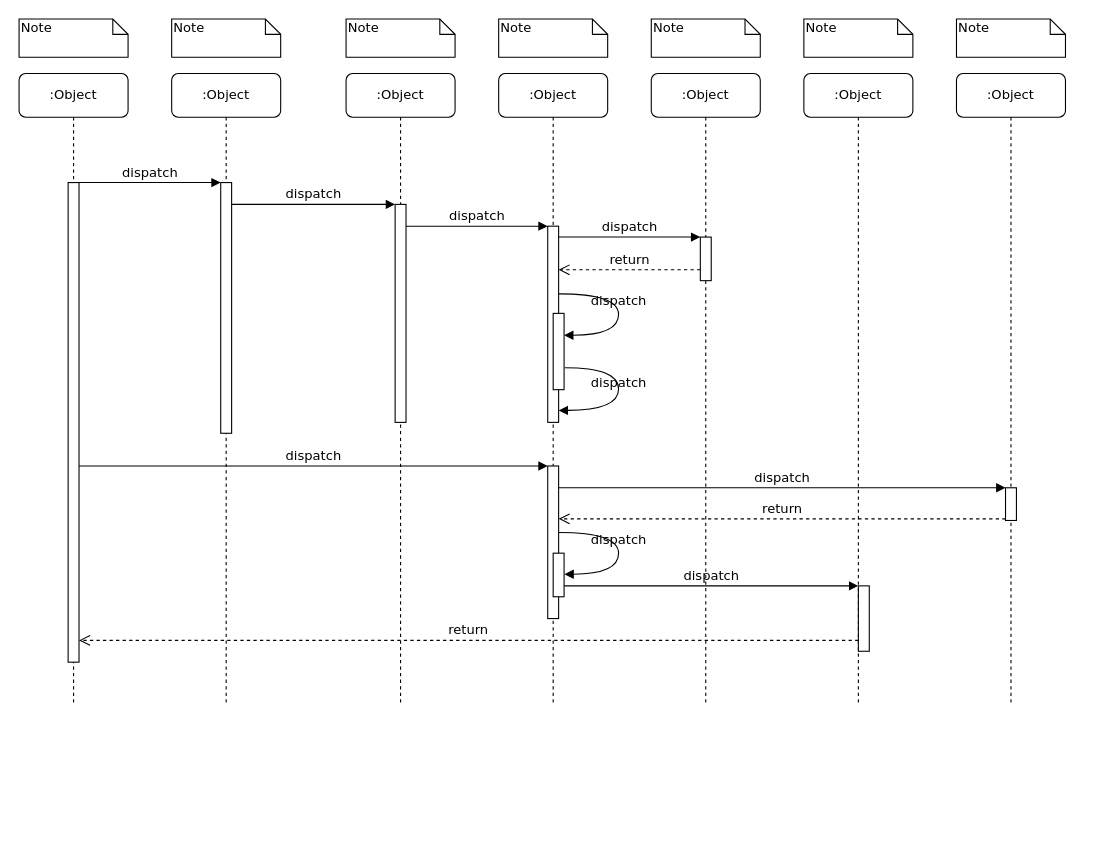
Above: page "列表页流程" (1 of 3) of 通用查询.drawio in modelsim71/chart (draw.io), before the change. Source tidied: cells renumbered, new cells numbered last; positions are measured from the earlier drawing's top-left corner, leaving out a move shared by most shapes. Both pictures are drawn from the tidied source at 109%, with x=0, y=0 at pixel (19, 19).
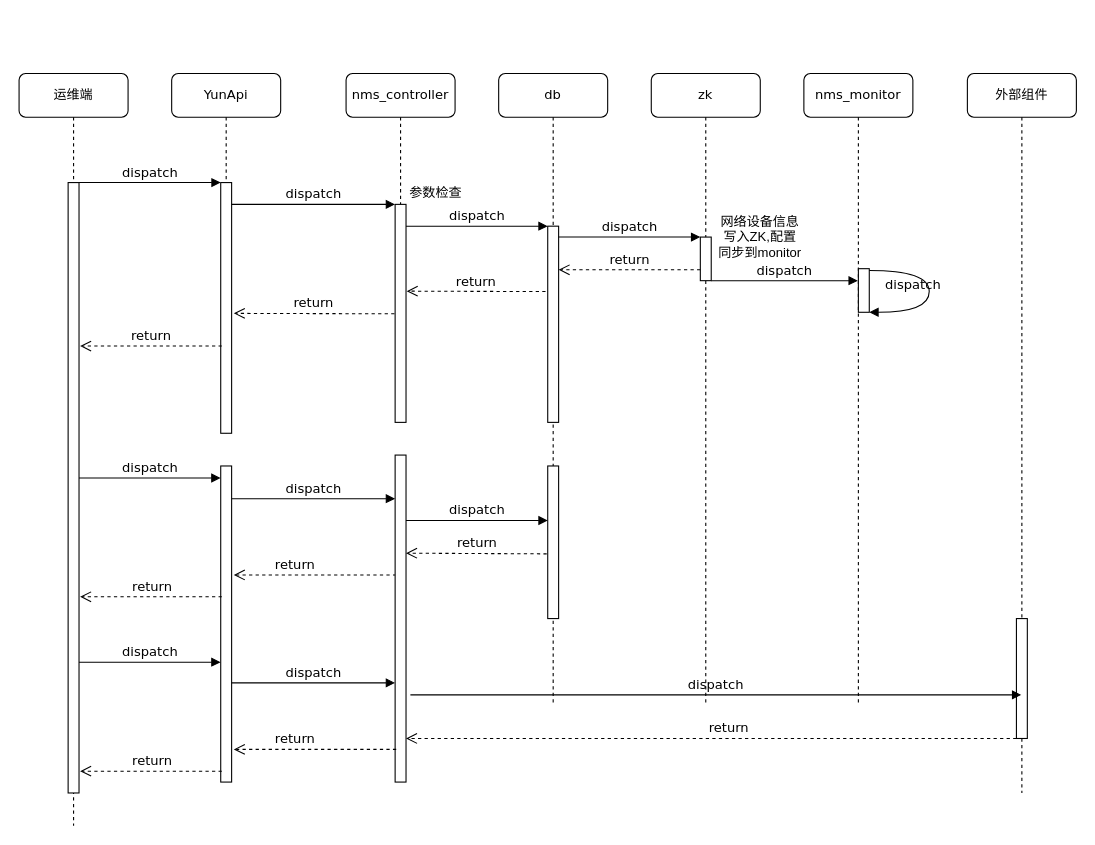
The same diagram, later.

The change refers to these unchanged cells:
```xml
<mxCell id="5" style="html=1;points=[];perimeter=orthogonalPerimeter;rounded=0;shadow=0;comic=0;labelBackgroundColor=none;strokeWidth=1;fontFamily=Verdana;fontSize=12;align=center;" parent="4" vertex="1">
  <mxGeometry x="45" y="120" width="10" height="200" as="geometry" />
</mxCell>
<mxCell id="12" style="html=1;points=[];perimeter=orthogonalPerimeter;rounded=0;shadow=0;comic=0;labelBackgroundColor=none;strokeWidth=1;fontFamily=Verdana;fontSize=12;align=center;" parent="1" vertex="1">
  <mxGeometry x="485" y="190" width="10" height="180" as="geometry" />
</mxCell>
<mxCell id="17" style="html=1;points=[];perimeter=orthogonalPerimeter;rounded=0;shadow=0;comic=0;labelBackgroundColor=none;strokeWidth=1;fontFamily=Verdana;fontSize=12;align=center;" parent="1" vertex="1">
  <mxGeometry x="485" y="410" width="10" height="140" as="geometry" />
</mxCell>
```

The edit, as a diff of the source:
```diff
@@
-    <mxCell id="2" value=":Object" style="shape=umlLifeline;perimeter=lifelinePerimeter;whiteSpace=wrap;html=1;rounded=1;shadow=0;comic=0;labelBackgroundColor=none;strokeWidth=1;fontFamily=Verdana;fontSize=12;align=center;" parent="1" vertex="1">
-      <mxGeometry x="140" y="50" width="100" height="580" as="geometry" />
+    <mxCell id="2" value="YunApi" style="shape=umlLifeline;perimeter=lifelinePerimeter;whiteSpace=wrap;html=1;rounded=1;shadow=0;comic=0;labelBackgroundColor=none;strokeWidth=1;fontFamily=Verdana;fontSize=12;align=center;" parent="1" vertex="1">
+      <mxGeometry x="140" y="50" width="100" height="330" as="geometry" />
     </mxCell>
@@
-    <mxCell id="4" value=":Object" style="shape=umlLifeline;perimeter=lifelinePerimeter;whiteSpace=wrap;html=1;rounded=1;shadow=0;comic=0;labelBackgroundColor=none;strokeWidth=1;fontFamily=Verdana;fontSize=12;align=center;" parent="1" vertex="1">
-      <mxGeometry x="300" y="50" width="100" height="580" as="geometry" />
+    <mxCell id="4" value="nms_controller" style="shape=umlLifeline;perimeter=lifelinePerimeter;whiteSpace=wrap;html=1;rounded=1;shadow=0;comic=0;labelBackgroundColor=none;strokeWidth=1;fontFamily=Verdana;fontSize=12;align=center;" parent="1" vertex="1">
+      <mxGeometry x="300" y="50" width="100" height="320" as="geometry" />
     </mxCell>
@@
-    <mxCell id="6" value=":Object" style="shape=umlLifeline;perimeter=lifelinePerimeter;whiteSpace=wrap;html=1;rounded=1;shadow=0;comic=0;labelBackgroundColor=none;strokeWidth=1;fontFamily=Verdana;fontSize=12;align=center;" parent="1" vertex="1">
+    <mxCell id="6" value="db" style="shape=umlLifeline;perimeter=lifelinePerimeter;whiteSpace=wrap;html=1;rounded=1;shadow=0;comic=0;labelBackgroundColor=none;strokeWidth=1;fontFamily=Verdana;fontSize=12;align=center;" parent="1" vertex="1">
       <mxGeometry x="440" y="50" width="100" height="580" as="geometry" />
     </mxCell>
-    <mxCell id="7" value=":Object" style="shape=umlLifeline;perimeter=lifelinePerimeter;whiteSpace=wrap;html=1;rounded=1;shadow=0;comic=0;labelBackgroundColor=none;strokeWidth=1;fontFamily=Verdana;fontSize=12;align=center;" parent="1" vertex="1">
+    <mxCell id="7" value="zk" style="shape=umlLifeline;perimeter=lifelinePerimeter;whiteSpace=wrap;html=1;rounded=1;shadow=0;comic=0;labelBackgroundColor=none;strokeWidth=1;fontFamily=Verdana;fontSize=12;align=center;" parent="1" vertex="1">
       <mxGeometry x="580" y="50" width="100" height="580" as="geometry" />
     </mxCell>
-    <mxCell id="8" value=":Object" style="shape=umlLifeline;perimeter=lifelinePerimeter;whiteSpace=wrap;html=1;outlineConnect=0;rounded=1;shadow=0;comic=0;labelBackgroundColor=none;strokeWidth=1;fontFamily=Verdana;fontSize=12;align=center;" parent="1" vertex="1">
+    <mxCell id="8" value="nms_monitor" style="shape=umlLifeline;perimeter=lifelinePerimeter;whiteSpace=wrap;html=1;outlineConnect=0;rounded=1;shadow=0;comic=0;labelBackgroundColor=none;strokeWidth=1;fontFamily=Verdana;fontSize=12;align=center;" parent="1" vertex="1">
       <mxGeometry x="720" y="50" width="100" height="580" as="geometry" />
     </mxCell>
-    <mxCell id="9" value=":Object" style="shape=umlLifeline;perimeter=lifelinePerimeter;whiteSpace=wrap;html=1;rounded=1;shadow=0;comic=0;labelBackgroundColor=none;strokeWidth=1;fontFamily=Verdana;fontSize=12;align=center;" parent="1" vertex="1">
-      <mxGeometry x="860" y="50" width="100" height="580" as="geometry" />
-    </mxCell>
+    <mxCell id="39" style="html=1;points=[];perimeter=orthogonalPerimeter;rounded=0;shadow=0;comic=0;labelBackgroundColor=none;strokeWidth=1;fontFamily=Verdana;fontSize=12;align=center;" parent="8" vertex="1">
+      <mxGeometry x="50" y="179" width="10" height="40" as="geometry" />
+    </mxCell>
+    <mxCell id="40" value="dispatch" style="html=1;verticalAlign=bottom;endArrow=block;labelBackgroundColor=none;fontFamily=Verdana;fontSize=12;elbow=vertical;edgeStyle=orthogonalEdgeStyle;curved=1;exitX=1.038;exitY=0.345;exitPerimeter=0;" parent="8" edge="1" target="39">
+      <mxGeometry x="0.04" y="-15" relative="1" as="geometry">
+        <mxPoint x="60" y="180.7" as="sourcePoint" />
+        <Array as="points">
+          <mxPoint x="115" y="181" />
+          <mxPoint x="115" y="219" />
+        </Array>
+      </mxGeometry>
+    </mxCell>
-    <mxCell id="10" value=":Object" style="shape=umlLifeline;perimeter=lifelinePerimeter;whiteSpace=wrap;html=1;rounded=1;shadow=0;comic=0;labelBackgroundColor=none;strokeWidth=1;fontFamily=Verdana;fontSize=12;align=center;" parent="1" vertex="1">
-      <mxGeometry y="50" width="100" height="580" as="geometry" />
+    <mxCell id="10" value="运维端" style="shape=umlLifeline;perimeter=lifelinePerimeter;whiteSpace=wrap;html=1;rounded=1;shadow=0;comic=0;labelBackgroundColor=none;strokeWidth=1;fontFamily=Verdana;fontSize=12;align=center;" parent="1" vertex="1">
+      <mxGeometry y="50" width="100" height="690" as="geometry" />
     </mxCell>
     <mxCell id="11" style="html=1;points=[];perimeter=orthogonalPerimeter;rounded=0;shadow=0;comic=0;labelBackgroundColor=none;strokeWidth=1;fontFamily=Verdana;fontSize=12;align=center;" parent="10" vertex="1">
-      <mxGeometry x="45" y="100" width="10" height="440" as="geometry" />
+      <mxGeometry x="45" y="100" width="10" height="560" as="geometry" />
     </mxCell>
@@
-    <mxCell id="18" value="dispatch" style="html=1;verticalAlign=bottom;endArrow=block;entryX=0;entryY=0;labelBackgroundColor=none;fontFamily=Verdana;fontSize=12;" parent="1" edge="1" source="11" target="17">
+    <mxCell id="18" value="dispatch" style="html=1;verticalAlign=bottom;endArrow=block;labelBackgroundColor=none;fontFamily=Verdana;fontSize=12;entryX=-0.014;entryY=0.038;entryDx=0;entryDy=0;entryPerimeter=0;" parent="1" edge="1" source="11" target="44">
       <mxGeometry relative="1" as="geometry" />
     </mxCell>
-    <mxCell id="19" style="html=1;points=[];perimeter=orthogonalPerimeter;rounded=0;shadow=0;comic=0;labelBackgroundColor=none;strokeColor=#000000;strokeWidth=1;fillColor=#FFFFFF;fontFamily=Verdana;fontSize=12;fontColor=#000000;align=center;" parent="1" vertex="1">
-      <mxGeometry x="905" y="430" width="10" height="30" as="geometry" />
-    </mxCell>
-    <mxCell id="20" value="dispatch" style="html=1;verticalAlign=bottom;endArrow=block;entryX=0;entryY=0;labelBackgroundColor=none;fontFamily=Verdana;fontSize=12;" parent="1" edge="1" source="17" target="19">
-      <mxGeometry relative="1" as="geometry" />
-    </mxCell>
-    <mxCell id="21" value="return" style="html=1;verticalAlign=bottom;endArrow=open;dashed=1;endSize=8;exitX=0;exitY=0.95;labelBackgroundColor=none;fontFamily=Verdana;fontSize=12;" parent="1" edge="1" source="19" target="17">
-      <mxGeometry relative="1" as="geometry" />
-    </mxCell>
-    <mxCell id="22" style="html=1;points=[];perimeter=orthogonalPerimeter;rounded=0;shadow=0;comic=0;labelBackgroundColor=none;strokeWidth=1;fontFamily=Verdana;fontSize=12;align=center;" parent="1" vertex="1">
-      <mxGeometry x="770" y="520" width="10" height="60" as="geometry" />
-    </mxCell>
-    <mxCell id="23" value="dispatch" style="html=1;verticalAlign=bottom;endArrow=block;entryX=0;entryY=0;labelBackgroundColor=none;fontFamily=Verdana;fontSize=12;edgeStyle=elbowEdgeStyle;elbow=vertical;" parent="1" edge="1" source="30" target="22">
-      <mxGeometry relative="1" as="geometry" />
-    </mxCell>
-    <mxCell id="24" value="return" style="html=1;verticalAlign=bottom;endArrow=open;dashed=1;endSize=8;labelBackgroundColor=none;fontFamily=Verdana;fontSize=12;edgeStyle=elbowEdgeStyle;elbow=vertical;" parent="1" edge="1" source="22" target="11">
-      <mxGeometry relative="1" as="geometry">
+    <mxCell id="24" value="return" style="html=1;verticalAlign=bottom;endArrow=open;dashed=1;endSize=8;labelBackgroundColor=none;fontFamily=Verdana;fontSize=12;edgeStyle=elbowEdgeStyle;elbow=vertical;" parent="1" edge="1">
+      <mxGeometry x="0.25" relative="1" as="geometry">
+        <mxPoint x="346" y="510" as="sourcePoint" />
+        <mxPoint x="197" y="510" as="targetPoint" />
         <Array as="points">
-          <mxPoint x="470" y="570" />
+          <mxPoint x="271" y="510" />
+          <mxPoint x="271" y="530" />
         </Array>
       </mxGeometry>
     </mxCell>
@@
-    <mxCell id="27" style="html=1;points=[];perimeter=orthogonalPerimeter;rounded=0;shadow=0;comic=0;labelBackgroundColor=none;strokeWidth=1;fontFamily=Verdana;fontSize=12;align=center;" parent="1" vertex="1">
-      <mxGeometry x="490" y="270" width="10" height="70" as="geometry" />
-    </mxCell>
-    <mxCell id="28" value="dispatch" style="html=1;verticalAlign=bottom;endArrow=block;labelBackgroundColor=none;fontFamily=Verdana;fontSize=12;elbow=vertical;edgeStyle=orthogonalEdgeStyle;curved=1;entryX=1;entryY=0.286;entryPerimeter=0;exitX=1.038;exitY=0.345;exitPerimeter=0;" parent="1" edge="1" source="12" target="27">
-      <mxGeometry relative="1" as="geometry">
-        <Array as="points">
-          <mxPoint x="550" y="252" />
-          <mxPoint x="550" y="290" />
-        </Array>
-      </mxGeometry>
-    </mxCell>
-    <mxCell id="29" value="dispatch" style="html=1;verticalAlign=bottom;endArrow=block;labelBackgroundColor=none;fontFamily=Verdana;fontSize=12;elbow=vertical;edgeStyle=orthogonalEdgeStyle;curved=1;exitX=1.066;exitY=0.713;exitPerimeter=0;" parent="1" edge="1" source="27">
-      <mxGeometry relative="1" as="geometry">
-        <mxPoint x="495" y="359" as="targetPoint" />
-        <Array as="points">
-          <mxPoint x="550" y="320" />
-          <mxPoint x="550" y="359" />
-        </Array>
-      </mxGeometry>
-    </mxCell>
-    <mxCell id="30" style="html=1;points=[];perimeter=orthogonalPerimeter;rounded=0;shadow=0;comic=0;labelBackgroundColor=none;strokeWidth=1;fontFamily=Verdana;fontSize=12;align=center;" parent="1" vertex="1">
-      <mxGeometry x="490" y="490" width="10" height="40" as="geometry" />
-    </mxCell>
-    <mxCell id="31" value="dispatch" style="html=1;verticalAlign=bottom;endArrow=block;labelBackgroundColor=none;fontFamily=Verdana;fontSize=12;elbow=vertical;edgeStyle=orthogonalEdgeStyle;curved=1;entryX=1;entryY=0.286;entryPerimeter=0;exitX=1.038;exitY=0.345;exitPerimeter=0;" parent="1" edge="1">
-      <mxGeometry relative="1" as="geometry">
-        <mxPoint x="495.3" y="471" as="sourcePoint" />
-        <mxPoint x="500.3" y="509.3" as="targetPoint" />
-        <Array as="points">
-          <mxPoint x="550" y="471" />
-          <mxPoint x="550" y="509" />
-        </Array>
-      </mxGeometry>
-    </mxCell>
-    <mxCell id="32" value="Note" style="shape=note;whiteSpace=wrap;html=1;size=14;verticalAlign=top;align=left;spacingTop=-6;rounded=0;shadow=0;comic=0;labelBackgroundColor=none;strokeWidth=1;fontFamily=Verdana;fontSize=12;" parent="1" vertex="1">
-      <mxGeometry width="100" height="35" as="geometry" />
-    </mxCell>
-    <mxCell id="33" value="Note" style="shape=note;whiteSpace=wrap;html=1;size=14;verticalAlign=top;align=left;spacingTop=-6;rounded=0;shadow=0;comic=0;labelBackgroundColor=none;strokeWidth=1;fontFamily=Verdana;fontSize=12;" parent="1" vertex="1">
-      <mxGeometry x="140" width="100" height="35" as="geometry" />
-    </mxCell>
-    <mxCell id="34" value="Note" style="shape=note;whiteSpace=wrap;html=1;size=14;verticalAlign=top;align=left;spacingTop=-6;rounded=0;shadow=0;comic=0;labelBackgroundColor=none;strokeWidth=1;fontFamily=Verdana;fontSize=12;" parent="1" vertex="1">
-      <mxGeometry x="300" width="100" height="35" as="geometry" />
-    </mxCell>
-    <mxCell id="35" value="Note" style="shape=note;whiteSpace=wrap;html=1;size=14;verticalAlign=top;align=left;spacingTop=-6;rounded=0;shadow=0;comic=0;labelBackgroundColor=none;strokeWidth=1;fontFamily=Verdana;fontSize=12;" parent="1" vertex="1">
-      <mxGeometry x="440" width="100" height="35" as="geometry" />
-    </mxCell>
-    <mxCell id="36" value="Note" style="shape=note;whiteSpace=wrap;html=1;size=14;verticalAlign=top;align=left;spacingTop=-6;rounded=0;shadow=0;comic=0;labelBackgroundColor=none;strokeWidth=1;fontFamily=Verdana;fontSize=12;" parent="1" vertex="1">
-      <mxGeometry x="580" width="100" height="35" as="geometry" />
-    </mxCell>
-    <mxCell id="37" value="Note" style="shape=note;whiteSpace=wrap;html=1;size=14;verticalAlign=top;align=left;spacingTop=-6;rounded=0;shadow=0;comic=0;labelBackgroundColor=none;strokeWidth=1;fontFamily=Verdana;fontSize=12;" parent="1" vertex="1">
-      <mxGeometry x="720" width="100" height="35" as="geometry" />
-    </mxCell>
-    <mxCell id="38" value="Note" style="shape=note;whiteSpace=wrap;html=1;size=14;verticalAlign=top;align=left;spacingTop=-6;rounded=0;shadow=0;comic=0;labelBackgroundColor=none;strokeWidth=1;fontFamily=Verdana;fontSize=12;" parent="1" vertex="1">
-      <mxGeometry x="860" width="100" height="35" as="geometry" />
-    </mxCell>
+    <mxCell id="41" value="return" style="html=1;verticalAlign=bottom;endArrow=open;dashed=1;endSize=8;labelBackgroundColor=none;fontFamily=Verdana;fontSize=12;entryX=1.06;entryY=0.398;entryDx=0;entryDy=0;entryPerimeter=0;" parent="1" edge="1" target="5">
+      <mxGeometry relative="1" as="geometry">
+        <mxPoint x="483" y="250" as="sourcePoint" />
+      </mxGeometry>
+    </mxCell>
+    <mxCell id="42" value="return" style="html=1;verticalAlign=bottom;endArrow=open;dashed=1;endSize=8;labelBackgroundColor=none;fontFamily=Verdana;fontSize=12;" parent="1" edge="1">
+      <mxGeometry relative="1" as="geometry">
+        <mxPoint x="344.4" y="270.4" as="sourcePoint" />
+        <mxPoint x="197" y="270" as="targetPoint" />
+      </mxGeometry>
+    </mxCell>
+    <mxCell id="43" value="return" style="html=1;verticalAlign=bottom;endArrow=open;dashed=1;endSize=8;labelBackgroundColor=none;fontFamily=Verdana;fontSize=12;" parent="1" edge="1">
+      <mxGeometry relative="1" as="geometry">
+        <mxPoint x="186" y="300" as="sourcePoint" />
+        <mxPoint x="56" y="300" as="targetPoint" />
+      </mxGeometry>
+    </mxCell>
+    <mxCell id="44" style="html=1;points=[];perimeter=orthogonalPerimeter;rounded=0;shadow=0;comic=0;labelBackgroundColor=none;strokeWidth=1;fontFamily=Verdana;fontSize=12;align=center;" parent="1" vertex="1">
+      <mxGeometry x="185" y="410" width="10" height="290" as="geometry" />
+    </mxCell>
+    <mxCell id="45" value="dispatch" style="html=1;verticalAlign=bottom;endArrow=block;labelBackgroundColor=none;fontFamily=Verdana;fontSize=12;" parent="1" edge="1">
+      <mxGeometry relative="1" as="geometry">
+        <mxPoint x="195" y="440" as="sourcePoint" />
+        <mxPoint x="345" y="440" as="targetPoint" />
+      </mxGeometry>
+    </mxCell>
+    <mxCell id="46" style="html=1;points=[];perimeter=orthogonalPerimeter;rounded=0;shadow=0;comic=0;labelBackgroundColor=none;strokeWidth=1;fontFamily=Verdana;fontSize=12;align=center;" parent="1" vertex="1">
+      <mxGeometry x="345" y="400" width="10" height="300" as="geometry" />
+    </mxCell>
+    <mxCell id="47" value="return" style="html=1;verticalAlign=bottom;endArrow=open;dashed=1;endSize=8;labelBackgroundColor=none;fontFamily=Verdana;fontSize=12;edgeStyle=elbowEdgeStyle;elbow=vertical;exitX=-0.093;exitY=0.576;exitDx=0;exitDy=0;exitPerimeter=0;" parent="1" edge="1" source="17" target="46">
+      <mxGeometry relative="1" as="geometry">
+        <Array as="points">
+          <mxPoint x="420" y="490" />
+          <mxPoint x="450" y="540" />
+          <mxPoint x="440" y="550" />
+          <mxPoint x="420" y="530" />
+          <mxPoint x="410" y="510" />
+          <mxPoint x="430" y="500" />
+          <mxPoint x="400" y="490" />
+          <mxPoint x="470" y="570" />
+        </Array>
+      </mxGeometry>
+    </mxCell>
+    <mxCell id="48" value="dispatch" style="html=1;verticalAlign=bottom;endArrow=block;labelBackgroundColor=none;fontFamily=Verdana;fontSize=12;" parent="1" edge="1">
+      <mxGeometry relative="1" as="geometry">
+        <mxPoint x="355" y="460" as="sourcePoint" />
+        <mxPoint x="485" y="460" as="targetPoint" />
+      </mxGeometry>
+    </mxCell>
+    <mxCell id="49" value="return" style="html=1;verticalAlign=bottom;endArrow=open;dashed=1;endSize=8;labelBackgroundColor=none;fontFamily=Verdana;fontSize=12;edgeStyle=elbowEdgeStyle;elbow=vertical;" parent="1" edge="1">
+      <mxGeometry x="-0.02" relative="1" as="geometry">
+        <mxPoint x="186" y="530" as="sourcePoint" />
+        <mxPoint x="56" y="530" as="targetPoint" />
+        <Array as="points">
+          <mxPoint x="120" y="530" />
+        </Array>
+      </mxGeometry>
+    </mxCell>
+    <mxCell id="50" value="dispatch" style="html=1;verticalAlign=bottom;endArrow=block;labelBackgroundColor=none;fontFamily=Verdana;fontSize=12;edgeStyle=elbowEdgeStyle;elbow=vertical;" parent="1" edge="1" target="8">
+      <mxGeometry relative="1" as="geometry">
+        <mxPoint x="635" y="240" as="sourcePoint" />
+      </mxGeometry>
+    </mxCell>
+    <mxCell id="51" value="参数检查" style="text;html=1;strokeColor=none;fillColor=none;align=center;verticalAlign=middle;whiteSpace=wrap;rounded=0;shadow=0;labelBackgroundColor=none;sketch=0;fontColor=#000000;" parent="1" vertex="1">
+      <mxGeometry x="355" y="150" width="55" height="20" as="geometry" />
+    </mxCell>
+    <mxCell id="52" value="网络设备信息写入ZK,配置同步到monitor" style="text;html=1;strokeColor=none;fillColor=none;align=center;verticalAlign=middle;whiteSpace=wrap;rounded=0;shadow=0;labelBackgroundColor=none;sketch=0;fontColor=#000000;" parent="1" vertex="1">
+      <mxGeometry x="640" y="190" width="80" height="20" as="geometry" />
+    </mxCell>
+    <mxCell id="53" value="外部组件" style="shape=umlLifeline;perimeter=lifelinePerimeter;whiteSpace=wrap;html=1;outlineConnect=0;rounded=1;shadow=0;comic=0;labelBackgroundColor=none;strokeWidth=1;fontFamily=Verdana;fontSize=12;align=center;" parent="1" vertex="1">
+      <mxGeometry x="870" y="50" width="100" height="660" as="geometry" />
+    </mxCell>
+    <mxCell id="54" style="html=1;perimeter=orthogonalPerimeter;rounded=0;shadow=0;comic=0;labelBackgroundColor=none;strokeWidth=1;fontFamily=Verdana;fontSize=12;align=center;" parent="53" vertex="1">
+      <mxGeometry x="45" y="500" width="10" height="110" as="geometry" />
+    </mxCell>
+    <mxCell id="55" value="return" style="html=1;verticalAlign=bottom;endArrow=open;dashed=1;endSize=8;labelBackgroundColor=none;fontFamily=Verdana;fontSize=12;edgeStyle=elbowEdgeStyle;elbow=vertical;" parent="1" edge="1">
+      <mxGeometry x="0.89" y="-265" relative="1" as="geometry">
+        <mxPoint x="915" y="660" as="sourcePoint" />
+        <mxPoint x="355" y="660" as="targetPoint" />
+        <Array as="points">
+          <mxPoint x="385" y="660" />
+          <mxPoint x="575" y="650" />
+          <mxPoint x="675" y="670" />
+          <mxPoint x="725" y="640" />
+        </Array>
+        <mxPoint x="265" y="265" as="offset" />
+      </mxGeometry>
+    </mxCell>
+    <mxCell id="56" value="dispatch" style="html=1;verticalAlign=bottom;endArrow=block;labelBackgroundColor=none;fontFamily=Verdana;fontSize=12;entryX=-0.014;entryY=0.038;entryDx=0;entryDy=0;entryPerimeter=0;" parent="1" edge="1">
+      <mxGeometry relative="1" as="geometry">
+        <mxPoint x="55" y="590" as="sourcePoint" />
+        <mxPoint x="184.9" y="590" as="targetPoint" />
+      </mxGeometry>
+    </mxCell>
+    <mxCell id="57" value="dispatch" style="html=1;verticalAlign=bottom;endArrow=block;labelBackgroundColor=none;fontFamily=Verdana;fontSize=12;" parent="1" edge="1">
+      <mxGeometry relative="1" as="geometry">
+        <mxPoint x="195" y="609" as="sourcePoint" />
+        <mxPoint x="345" y="609" as="targetPoint" />
+      </mxGeometry>
+    </mxCell>
+    <mxCell id="58" value="dispatch" style="html=1;verticalAlign=bottom;endArrow=block;labelBackgroundColor=none;fontFamily=Verdana;fontSize=12;" parent="1" edge="1" target="53">
+      <mxGeometry relative="1" as="geometry">
+        <mxPoint x="359" y="620" as="sourcePoint" />
+        <Array as="points">
+          <mxPoint x="440" y="620" />
+        </Array>
+      </mxGeometry>
+    </mxCell>
+    <mxCell id="59" value="return" style="html=1;verticalAlign=bottom;endArrow=open;dashed=1;endSize=8;labelBackgroundColor=none;fontFamily=Verdana;fontSize=12;edgeStyle=elbowEdgeStyle;elbow=vertical;" parent="1" edge="1">
+      <mxGeometry x="0.25" relative="1" as="geometry">
+        <mxPoint x="346" y="670" as="sourcePoint" />
+        <mxPoint x="197" y="670" as="targetPoint" />
+        <Array as="points">
+          <mxPoint x="271" y="670" />
+          <mxPoint x="271" y="690" />
+        </Array>
+      </mxGeometry>
+    </mxCell>
+    <mxCell id="60" value="return" style="html=1;verticalAlign=bottom;endArrow=open;dashed=1;endSize=8;labelBackgroundColor=none;fontFamily=Verdana;fontSize=12;edgeStyle=elbowEdgeStyle;elbow=vertical;" parent="1" edge="1">
+      <mxGeometry x="-0.02" relative="1" as="geometry">
+        <mxPoint x="186" y="690" as="sourcePoint" />
+        <mxPoint x="56" y="690" as="targetPoint" />
+        <Array as="points">
+          <mxPoint x="120" y="690" />
+        </Array>
+      </mxGeometry>
+    </mxCell>
```
